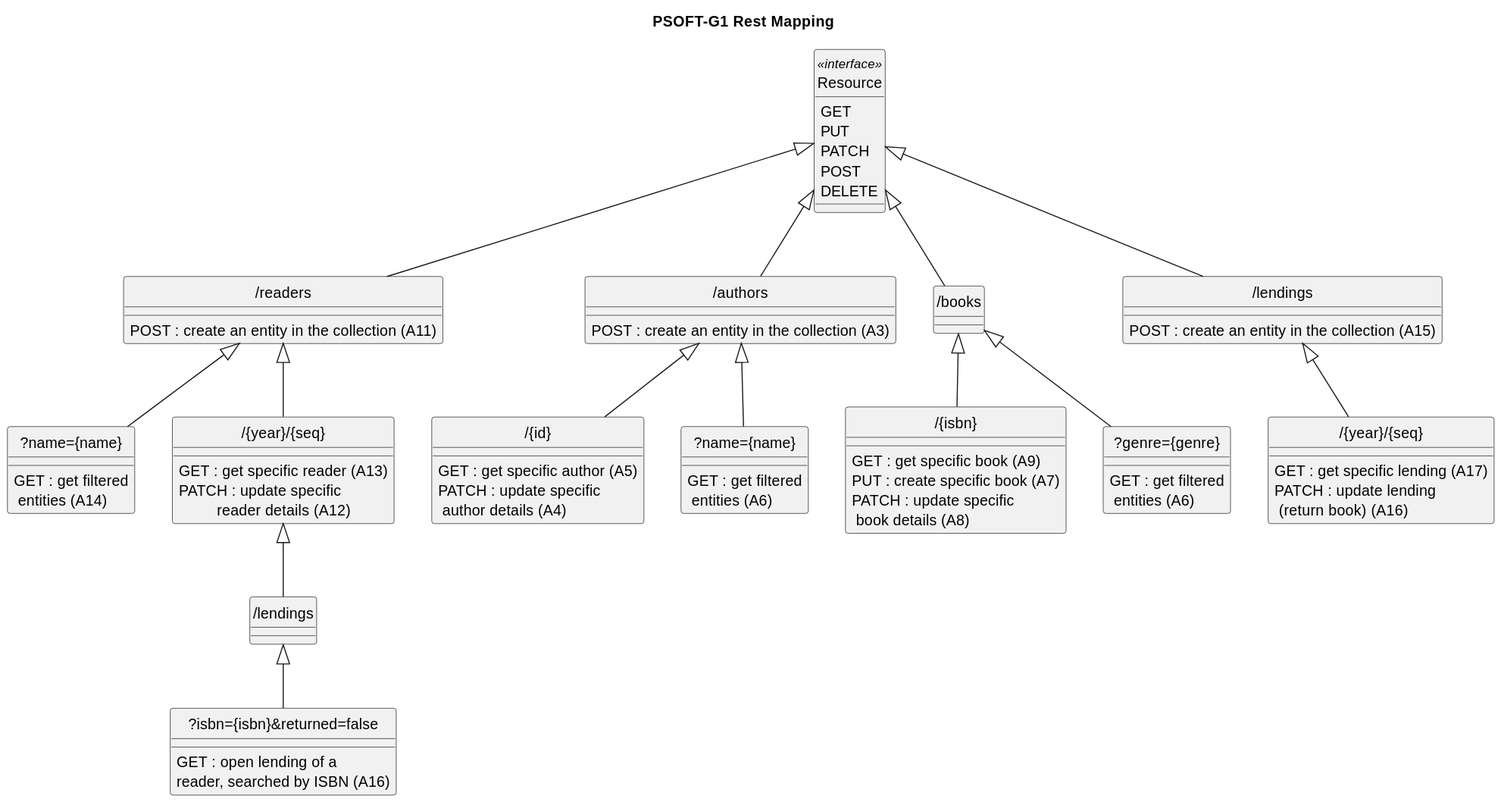
rutemf/1220944_1220772_G01 keeps this PlantUML diagram as Docs/Phase1/RestMapping-PSOFT_G1_Rest_Mapping.svg. Above is the earlier version. Its diagram source:
```plantuml
@startuml
hide circle
skinparam classAttributeIconSize 0

title PSOFT-G1 Rest Mapping

class Resource <<interface>>{
    GET
    PUT
    PATCH
    POST
    DELETE
}

class "/readers" extends Resource{
    POST : create an entity in the collection (A11)
}

class "?name={name}" as SearchReader extends "/readers"{
    GET : get filtered\n entities (A14)
}

class "/{year}/{seq}" as ReaderID extends "/readers"{
    GET : get specific reader (A13)
    PATCH : update specific\n\t reader details (A12)
}

class "/lendings" as ReaderLendings extends ReaderID{
}

class "?isbn={isbn}&returned=false" extends ReaderLendings{
    GET : open lending of a \nreader, searched by ISBN (A16)
}

class "/authors" extends Resource{
    POST : create an entity in the collection (A3)
}

class "/{id}" as AuthorID extends "/authors"{
    GET : get specific author (A5)
    PATCH : update specific\n author details (A4)
}


class "?name={name}" as SearchAuthor extends "/authors"{
    GET : get filtered\n entities (A6)
}

class "/books" extends Resource{
}

class "/{isbn}" extends "/books"{
    GET : get specific book (A9)
    PUT : create specific book (A7)
    PATCH : update specific\n book details (A8)
}

class "?genre={genre}" extends "/books"{
    GET : get filtered\n entities (A6)
}

class "/lendings" extends Resource{
    POST : create an entity in the collection (A15)
}

class "/{year}/{seq}" as LendingID extends "/lendings"{
    GET : get specific lending (A17)
    PATCH : update lending\n (return book) (A16)
}
@enduml
```
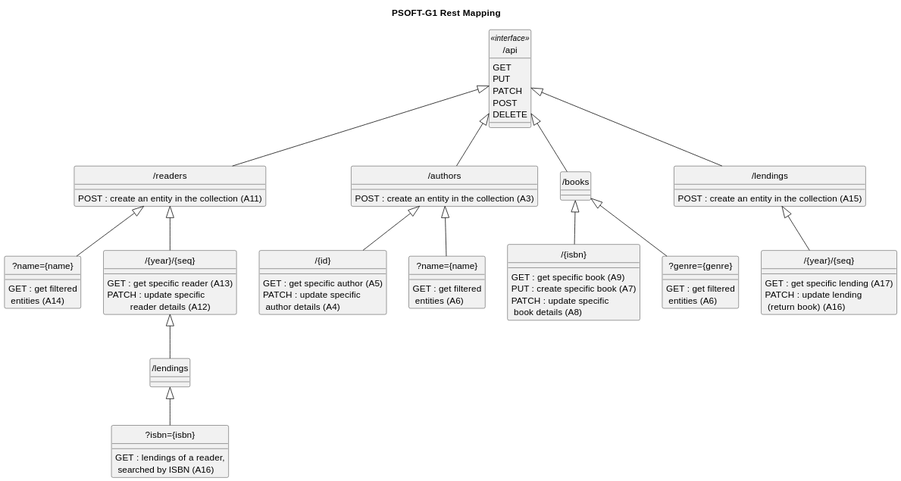
After the change.

Change to the diagram source:
```diff
@@ -4,7 +4,7 @@
 
 title PSOFT-G1 Rest Mapping
 
-class Resource <<interface>>{
+class "/api" as Resource <<interface>>{
     GET
     PUT
     PATCH
@@ -28,8 +28,8 @@
 class "/lendings" as ReaderLendings extends ReaderID{
 }
 
-class "?isbn={isbn}&returned=false" extends ReaderLendings{
-    GET : open lending of a \nreader, searched by ISBN (A16)
+class "?isbn={isbn}" extends ReaderLendings{
+    GET : lendings of a reader,\n searched by ISBN (A16)
 }
 
 class "/authors" extends Resource{
```
